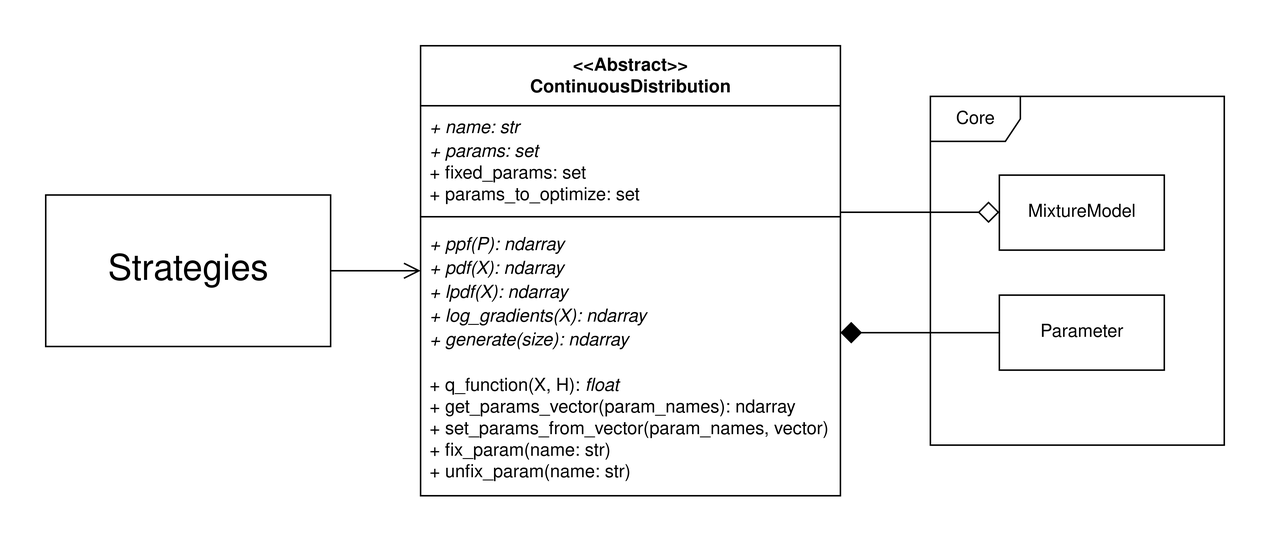
Above: _images/distributions.png in PySATL/rework-pysatl-mpest (draw.io), before the change. Source tidied: cells renumbered, new cells last; positions are measured from the earlier drawing's top-left corner, leaving out a move shared by most shapes.
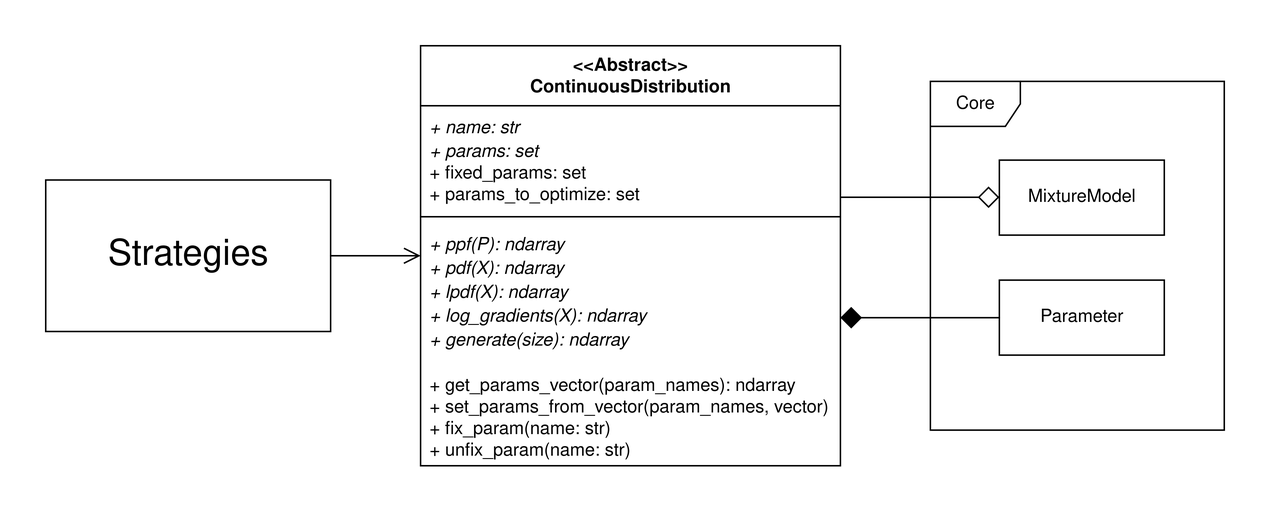
The same file after the commit.

The edit, as a diff of the source:
```diff
@@ -34,7 +34,7 @@
       <mxGeometry y="99.5" width="190" height="101" as="geometry" />
     </mxCell>
     <mxCell id="9" value="&amp;lt;&amp;lt;Abstract&amp;gt;&amp;gt;&lt;div&gt;ContinuousDistribution&lt;/div&gt;" style="swimlane;fontStyle=1;align=center;verticalAlign=top;horizontal=1;startSize=40;whiteSpace=wrap;html=1;" parent="1" vertex="1">
-      <mxGeometry x="250" width="280" height="300" as="geometry" />
+      <mxGeometry x="250" y="10" width="280" height="280" as="geometry" />
     </mxCell>
     <mxCell id="10" value="&lt;div&gt;&lt;i&gt;+ name: str&lt;/i&gt;&lt;/div&gt;&lt;div&gt;&lt;i&gt;+ params: set&lt;/i&gt;&lt;/div&gt;&lt;div&gt;+ fixed_params: set&lt;/div&gt;&lt;div&gt;+ params_to_optimize: set&lt;/div&gt;" style="text;strokeColor=none;fillColor=none;align=left;verticalAlign=top;spacingLeft=4;spacingRight=4;overflow=hidden;whiteSpace=wrap;html=1;" parent="9" vertex="1">
       <mxGeometry y="40" width="280" height="70" as="geometry" />
@@ -42,8 +42,8 @@
     <mxCell id="11" style="line;strokeWidth=1;fillColor=none;align=left;verticalAlign=middle;spacingTop=-1;spacingLeft=3;spacingRight=3;labelPosition=right;strokeColor=inherit;" parent="9" vertex="1">
       <mxGeometry y="110" width="280" height="8" as="geometry" />
     </mxCell>
-    <mxCell id="12" value="&lt;div&gt;&lt;i&gt;+ ppf(P): ndarray&lt;/i&gt;&lt;/div&gt;&lt;div&gt;&lt;i&gt;+ pdf(X):&amp;nbsp;&lt;/i&gt;&lt;i&gt;ndarray&lt;/i&gt;&lt;/div&gt;&lt;div&gt;&lt;i&gt;+ lpdf(X):&amp;nbsp;&lt;/i&gt;&lt;i&gt;ndarray&lt;/i&gt;&lt;/div&gt;&lt;div&gt;&lt;i&gt;+ log_gradients(X):&amp;nbsp;&lt;/i&gt;&lt;i&gt;ndarray&lt;/i&gt;&lt;/div&gt;&lt;div&gt;&lt;i&gt;+ generate(size):&amp;nbsp;&lt;/i&gt;&lt;i&gt;ndarray&lt;/i&gt;&lt;/div&gt;&lt;div&gt;&lt;br&gt;&lt;/div&gt;&lt;div&gt;+ q_function(X, H):&amp;nbsp;&lt;i&gt;float&lt;br&gt;&lt;/i&gt;+ get_params_vector(param_names): ndarray&lt;/div&gt;&lt;div&gt;+ set_params_from_vector(param_names, vector)&lt;/div&gt;&lt;div&gt;+ fix_param(name: str)&lt;/div&gt;&lt;div&gt;+ unfix_param(name: str)&lt;/div&gt;&lt;div&gt;&lt;i&gt;&lt;br&gt;&lt;/i&gt;&lt;/div&gt;&lt;div&gt;&lt;i&gt;&lt;br&gt;&lt;/i&gt;&lt;/div&gt;&lt;div&gt;&lt;i&gt;&lt;br&gt;&lt;/i&gt;&lt;/div&gt;" style="text;strokeColor=none;fillColor=none;align=left;verticalAlign=top;spacingLeft=4;spacingRight=4;overflow=hidden;whiteSpace=wrap;html=1;" parent="9" vertex="1">
-      <mxGeometry y="118" width="280" height="182" as="geometry" />
+    <mxCell id="12" value="&lt;div&gt;&lt;i&gt;+ ppf(P): ndarray&lt;/i&gt;&lt;/div&gt;&lt;div&gt;&lt;i&gt;+ pdf(X):&amp;nbsp;&lt;/i&gt;&lt;i&gt;ndarray&lt;/i&gt;&lt;/div&gt;&lt;div&gt;&lt;i&gt;+ lpdf(X):&amp;nbsp;&lt;/i&gt;&lt;i&gt;ndarray&lt;/i&gt;&lt;/div&gt;&lt;div&gt;&lt;i&gt;+ log_gradients(X):&amp;nbsp;&lt;/i&gt;&lt;i&gt;ndarray&lt;/i&gt;&lt;/div&gt;&lt;div&gt;&lt;i&gt;+ generate(size):&amp;nbsp;&lt;/i&gt;&lt;i&gt;ndarray&lt;/i&gt;&lt;/div&gt;&lt;div&gt;&lt;i&gt;&lt;br&gt;&lt;/i&gt;+ get_params_vector(param_names): ndarray&lt;/div&gt;&lt;div&gt;+ set_params_from_vector(param_names, vector)&lt;/div&gt;&lt;div&gt;+ fix_param(name: str)&lt;/div&gt;&lt;div&gt;+ unfix_param(name: str)&lt;/div&gt;&lt;div&gt;&lt;i&gt;&lt;br&gt;&lt;/i&gt;&lt;/div&gt;&lt;div&gt;&lt;i&gt;&lt;br&gt;&lt;/i&gt;&lt;/div&gt;&lt;div&gt;&lt;i&gt;&lt;br&gt;&lt;/i&gt;&lt;/div&gt;" style="text;strokeColor=none;fillColor=none;align=left;verticalAlign=top;spacingLeft=4;spacingRight=4;overflow=hidden;whiteSpace=wrap;html=1;" parent="9" vertex="1">
+      <mxGeometry y="118" width="280" height="162" as="geometry" />
     </mxCell>
   </root>
 </mxGraphModel>
```
